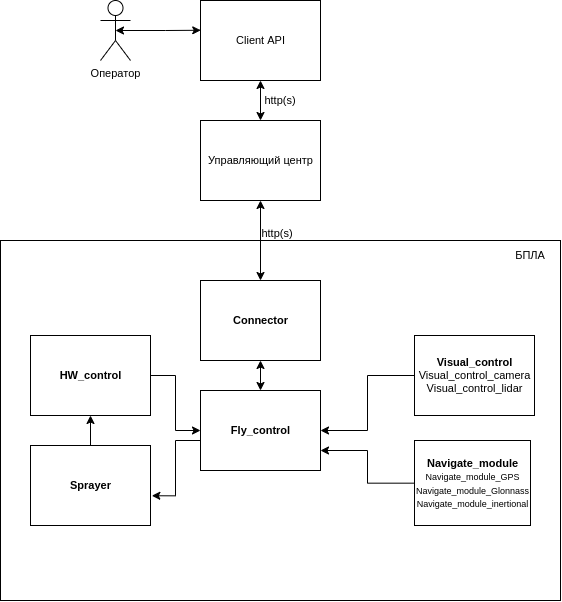
This is images/subsystem_arch.png from s3m3n1s/bpla_hackathone, a draw.io export, as it was before one commit. Source tidied: cells renumbered, new cells last; positions are measured from the earlier drawing's top-left corner, leaving out a move shared by most shapes. The source it was exported from:
```xml
<mxGraphModel>
  <root>
    <mxCell id="0" />
    <mxCell id="1" parent="0" />
    <mxCell id="2" style="edgeStyle=orthogonalEdgeStyle;rounded=0;jettySize=auto;html=1;exitX=0.5;exitY=0.5;exitDx=0;exitDy=0;exitPerimeter=0;entryX=0.002;entryY=0.372;entryDx=0;entryDy=0;entryPerimeter=0;fontFamily=Helvetica;fontSize=11;fontColor=default;startArrow=classic;startFill=1;endArrow=classic;endFill=1;" parent="1" edge="1" source="3" target="5">
      <mxGeometry relative="1" as="geometry" />
    </mxCell>
    <mxCell id="3" value="Оператор" style="shape=umlActor;verticalLabelPosition=bottom;verticalAlign=top;html=1;outlineConnect=0;strokeColor=default;fontFamily=Helvetica;fontSize=11;fontColor=default;fillColor=default;" parent="1" vertex="1">
      <mxGeometry x="100" width="30" height="60" as="geometry" />
    </mxCell>
    <mxCell id="4" style="edgeStyle=orthogonalEdgeStyle;rounded=0;jettySize=auto;html=1;entryX=0.5;entryY=0;entryDx=0;entryDy=0;fontFamily=Helvetica;fontSize=11;fontColor=default;startArrow=classic;startFill=1;endArrow=classic;endFill=1;" parent="1" edge="1" source="5" target="6">
      <mxGeometry relative="1" as="geometry" />
    </mxCell>
    <mxCell id="5" value="Client API" style="html=1;dashed=0;whitespace=wrap;strokeColor=default;fontFamily=Helvetica;fontSize=11;fontColor=default;fillColor=default;" parent="1" vertex="1">
      <mxGeometry x="200" width="120" height="80" as="geometry" />
    </mxCell>
    <mxCell id="6" value="Управляющий центр" style="html=1;dashed=0;whitespace=wrap;strokeColor=default;fontFamily=Helvetica;fontSize=11;fontColor=default;fillColor=default;" parent="1" vertex="1">
      <mxGeometry x="200" y="120" width="120" height="80" as="geometry" />
    </mxCell>
    <mxCell id="7" style="html=1;dashed=0;whitespace=wrap;strokeColor=default;fontFamily=Helvetica;fontSize=11;fontColor=default;fillColor=default;" parent="1" vertex="1">
      <mxGeometry y="240" width="560" height="360" as="geometry" />
    </mxCell>
    <mxCell id="8" value="БПЛА" style="text;html=1;strokeColor=none;fillColor=none;align=center;verticalAlign=middle;whiteSpace=wrap;rounded=0;fontFamily=Helvetica;fontSize=11;fontColor=default;" parent="1" vertex="1">
      <mxGeometry x="500" y="240" width="60" height="30" as="geometry" />
    </mxCell>
    <mxCell id="9" style="edgeStyle=orthogonalEdgeStyle;rounded=0;jettySize=auto;html=1;entryX=0.5;entryY=0;entryDx=0;entryDy=0;fontFamily=Helvetica;fontSize=11;fontColor=default;startArrow=classic;startFill=1;endArrow=classic;endFill=1;" parent="1" edge="1" source="10" target="14">
      <mxGeometry relative="1" as="geometry" />
    </mxCell>
    <mxCell id="10" value="&lt;b&gt;Connector&lt;/b&gt;" style="html=1;dashed=0;whitespace=wrap;strokeColor=default;fontFamily=Helvetica;fontSize=11;fontColor=default;fillColor=default;" parent="1" vertex="1">
      <mxGeometry x="200" y="280" width="120" height="80" as="geometry" />
    </mxCell>
    <mxCell id="11" style="edgeStyle=orthogonalEdgeStyle;rounded=0;jettySize=auto;html=1;fontFamily=Helvetica;fontSize=11;fontColor=default;startArrow=classic;startFill=1;endArrow=classic;endFill=1;" parent="1" edge="1" source="6" target="10">
      <mxGeometry relative="1" as="geometry" />
    </mxCell>
    <mxCell id="12" value="http(s)" style="text;html=1;strokeColor=none;fillColor=none;align=center;verticalAlign=middle;whiteSpace=wrap;rounded=0;fontFamily=Helvetica;fontSize=11;fontColor=default;rotation=0;" parent="1" vertex="1">
      <mxGeometry x="242" y="213" width="70" height="40" as="geometry" />
    </mxCell>
    <mxCell id="13" style="edgeStyle=orthogonalEdgeStyle;rounded=0;jettySize=auto;html=1;entryX=1.011;entryY=0.628;entryDx=0;entryDy=0;fontFamily=Helvetica;fontSize=11;fontColor=default;startArrow=none;startFill=0;endArrow=classic;endFill=1;entryPerimeter=0;" parent="1" edge="1" source="14" target="22">
      <mxGeometry relative="1" as="geometry">
        <Array as="points">
          <mxPoint x="175" y="440" />
        </Array>
      </mxGeometry>
    </mxCell>
    <mxCell id="14" value="&lt;b&gt;Fly_control&lt;/b&gt;" style="html=1;dashed=0;whitespace=wrap;strokeColor=default;fontFamily=Helvetica;fontSize=11;fontColor=default;fillColor=default;" parent="1" vertex="1">
      <mxGeometry x="200" y="390" width="120" height="80" as="geometry" />
    </mxCell>
    <mxCell id="15" style="edgeStyle=orthogonalEdgeStyle;rounded=0;jettySize=auto;html=1;fontFamily=Helvetica;fontSize=11;fontColor=default;startArrow=none;startFill=0;endArrow=classic;endFill=1;" parent="1" edge="1" source="16" target="14">
      <mxGeometry relative="1" as="geometry" />
    </mxCell>
    <mxCell id="16" value="&lt;b&gt;Visual_control&lt;/b&gt;&lt;br&gt;Visual_control_camera&lt;br&gt;Visual_control_lidar&lt;br&gt;&lt;span style=&quot;&quot;&gt;&#9;&lt;/span&gt;" style="html=1;dashed=0;whitespace=wrap;strokeColor=default;fontFamily=Helvetica;fontSize=11;fontColor=default;fillColor=default;" parent="1" vertex="1">
      <mxGeometry x="414" y="335" width="120" height="80" as="geometry" />
    </mxCell>
    <mxCell id="17" style="edgeStyle=orthogonalEdgeStyle;rounded=0;jettySize=auto;html=1;entryX=1;entryY=0.75;entryDx=0;entryDy=0;fontFamily=Helvetica;fontSize=11;fontColor=default;startArrow=none;startFill=0;endArrow=classic;endFill=1;" parent="1" edge="1" source="18" target="14">
      <mxGeometry relative="1" as="geometry" />
    </mxCell>
    <mxCell id="18" value="&lt;b&gt;Navigate_module&lt;/b&gt;&lt;br&gt;&lt;font style=&quot;font-size: 9px;&quot;&gt;Navigate_module_GPS&lt;br&gt;&lt;span style=&quot;&quot;&gt;&#9;&lt;/span&gt;Navigate_module_Glonnass&lt;br&gt;Navigate_module_inertional&lt;/font&gt;" style="html=1;dashed=0;whitespace=wrap;strokeColor=default;fontFamily=Helvetica;fontSize=11;fontColor=default;fillColor=default;" parent="1" vertex="1">
      <mxGeometry x="414" y="440" width="116" height="85" as="geometry" />
    </mxCell>
    <mxCell id="19" style="edgeStyle=orthogonalEdgeStyle;rounded=0;jettySize=auto;html=1;entryX=0;entryY=0.5;entryDx=0;entryDy=0;fontFamily=Helvetica;fontSize=11;fontColor=default;startArrow=none;startFill=0;endArrow=classic;endFill=1;" parent="1" edge="1" source="20" target="14">
      <mxGeometry relative="1" as="geometry" />
    </mxCell>
    <mxCell id="20" value="&lt;b&gt;HW_control&lt;/b&gt;&lt;br&gt;&lt;span style=&quot;&quot;&gt;&#9;&lt;/span&gt;" style="html=1;dashed=0;whitespace=wrap;strokeColor=default;fontFamily=Helvetica;fontSize=11;fontColor=default;fillColor=default;" parent="1" vertex="1">
      <mxGeometry x="30" y="335" width="120" height="80" as="geometry" />
    </mxCell>
    <mxCell id="21" style="edgeStyle=orthogonalEdgeStyle;rounded=0;jettySize=auto;html=1;entryX=0.5;entryY=1;entryDx=0;entryDy=0;fontFamily=Helvetica;fontSize=11;fontColor=default;startArrow=none;startFill=0;endArrow=classic;endFill=1;" parent="1" edge="1" source="22" target="20">
      <mxGeometry relative="1" as="geometry" />
    </mxCell>
    <mxCell id="22" value="&lt;b&gt;Sprayer&lt;/b&gt;" style="html=1;dashed=0;whitespace=wrap;strokeColor=default;fontFamily=Helvetica;fontSize=11;fontColor=default;fillColor=default;" parent="1" vertex="1">
      <mxGeometry x="30" y="445" width="120" height="80" as="geometry" />
    </mxCell>
    <mxCell id="23" value="http(s)" style="text;html=1;strokeColor=none;fillColor=none;align=center;verticalAlign=middle;whiteSpace=wrap;rounded=0;fontFamily=Helvetica;fontSize=11;fontColor=default;rotation=0;" parent="1" vertex="1">
      <mxGeometry x="245" y="80" width="70" height="40" as="geometry" />
    </mxCell>
  </root>
</mxGraphModel>
```
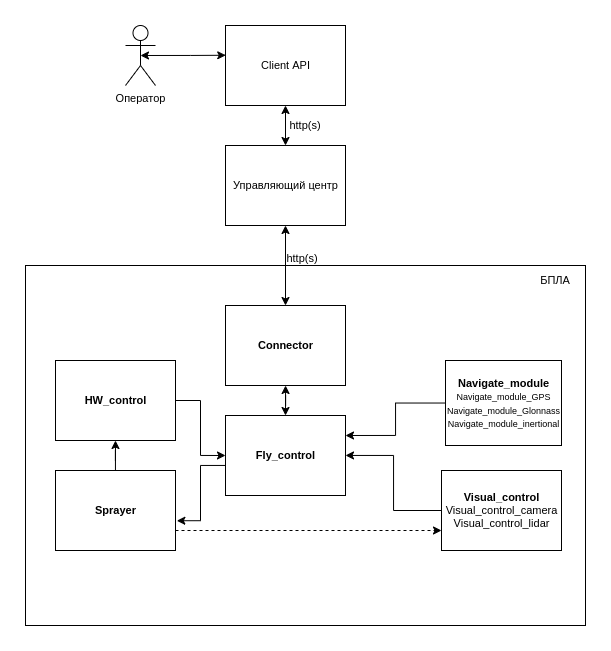
Later version of the same file.

What changed in the source:
```diff
@@ -35,7 +35,7 @@
     <mxCell id="12" value="http(s)" style="text;html=1;strokeColor=none;fillColor=none;align=center;verticalAlign=middle;whiteSpace=wrap;rounded=0;fontFamily=Helvetica;fontSize=11;fontColor=default;rotation=0;" parent="1" vertex="1">
       <mxGeometry x="242" y="213" width="70" height="40" as="geometry" />
     </mxCell>
-    <mxCell id="13" style="edgeStyle=orthogonalEdgeStyle;rounded=0;jettySize=auto;html=1;entryX=1.011;entryY=0.628;entryDx=0;entryDy=0;fontFamily=Helvetica;fontSize=11;fontColor=default;startArrow=none;startFill=0;endArrow=classic;endFill=1;entryPerimeter=0;" parent="1" edge="1" source="14" target="22">
+    <mxCell id="13" style="edgeStyle=orthogonalEdgeStyle;rounded=0;jettySize=auto;html=1;entryX=1.011;entryY=0.628;entryDx=0;entryDy=0;fontFamily=Helvetica;fontSize=11;fontColor=default;startArrow=none;startFill=0;endArrow=classic;endFill=1;entryPerimeter=0;" parent="1" edge="1" source="14" target="23">
       <mxGeometry relative="1" as="geometry">
         <Array as="points">
           <mxPoint x="175" y="440" />
@@ -49,13 +49,13 @@
       <mxGeometry relative="1" as="geometry" />
     </mxCell>
     <mxCell id="16" value="&lt;b&gt;Visual_control&lt;/b&gt;&lt;br&gt;Visual_control_camera&lt;br&gt;Visual_control_lidar&lt;br&gt;&lt;span style=&quot;&quot;&gt;&#9;&lt;/span&gt;" style="html=1;dashed=0;whitespace=wrap;strokeColor=default;fontFamily=Helvetica;fontSize=11;fontColor=default;fillColor=default;" parent="1" vertex="1">
-      <mxGeometry x="414" y="335" width="120" height="80" as="geometry" />
+      <mxGeometry x="416" y="445" width="120" height="80" as="geometry" />
     </mxCell>
-    <mxCell id="17" style="edgeStyle=orthogonalEdgeStyle;rounded=0;jettySize=auto;html=1;entryX=1;entryY=0.75;entryDx=0;entryDy=0;fontFamily=Helvetica;fontSize=11;fontColor=default;startArrow=none;startFill=0;endArrow=classic;endFill=1;" parent="1" edge="1" source="18" target="14">
+    <mxCell id="17" style="edgeStyle=orthogonalEdgeStyle;rounded=0;jettySize=auto;html=1;fontFamily=Helvetica;fontSize=11;fontColor=default;startArrow=none;startFill=0;endArrow=classic;endFill=1;entryX=1;entryY=0.25;entryDx=0;entryDy=0;" parent="1" edge="1" source="18" target="14">
       <mxGeometry relative="1" as="geometry" />
     </mxCell>
     <mxCell id="18" value="&lt;b&gt;Navigate_module&lt;/b&gt;&lt;br&gt;&lt;font style=&quot;font-size: 9px;&quot;&gt;Navigate_module_GPS&lt;br&gt;&lt;span style=&quot;&quot;&gt;&#9;&lt;/span&gt;Navigate_module_Glonnass&lt;br&gt;Navigate_module_inertional&lt;/font&gt;" style="html=1;dashed=0;whitespace=wrap;strokeColor=default;fontFamily=Helvetica;fontSize=11;fontColor=default;fillColor=default;" parent="1" vertex="1">
-      <mxGeometry x="414" y="440" width="116" height="85" as="geometry" />
+      <mxGeometry x="420" y="335" width="116" height="85" as="geometry" />
     </mxCell>
     <mxCell id="19" style="edgeStyle=orthogonalEdgeStyle;rounded=0;jettySize=auto;html=1;entryX=0;entryY=0.5;entryDx=0;entryDy=0;fontFamily=Helvetica;fontSize=11;fontColor=default;startArrow=none;startFill=0;endArrow=classic;endFill=1;" parent="1" edge="1" source="20" target="14">
       <mxGeometry relative="1" as="geometry" />
@@ -63,14 +63,22 @@
     <mxCell id="20" value="&lt;b&gt;HW_control&lt;/b&gt;&lt;br&gt;&lt;span style=&quot;&quot;&gt;&#9;&lt;/span&gt;" style="html=1;dashed=0;whitespace=wrap;strokeColor=default;fontFamily=Helvetica;fontSize=11;fontColor=default;fillColor=default;" parent="1" vertex="1">
       <mxGeometry x="30" y="335" width="120" height="80" as="geometry" />
     </mxCell>
-    <mxCell id="21" style="edgeStyle=orthogonalEdgeStyle;rounded=0;jettySize=auto;html=1;entryX=0.5;entryY=1;entryDx=0;entryDy=0;fontFamily=Helvetica;fontSize=11;fontColor=default;startArrow=none;startFill=0;endArrow=classic;endFill=1;" parent="1" edge="1" source="22" target="20">
+    <mxCell id="21" style="edgeStyle=orthogonalEdgeStyle;rounded=0;jettySize=auto;html=1;entryX=0.5;entryY=1;entryDx=0;entryDy=0;fontFamily=Helvetica;fontSize=11;fontColor=default;startArrow=none;startFill=0;endArrow=classic;endFill=1;" parent="1" edge="1" source="23" target="20">
       <mxGeometry relative="1" as="geometry" />
     </mxCell>
-    <mxCell id="22" value="&lt;b&gt;Sprayer&lt;/b&gt;" style="html=1;dashed=0;whitespace=wrap;strokeColor=default;fontFamily=Helvetica;fontSize=11;fontColor=default;fillColor=default;" parent="1" vertex="1">
-      <mxGeometry x="30" y="445" width="120" height="80" as="geometry" />
+    <mxCell id="22" style="edgeStyle=orthogonalEdgeStyle;rounded=0;jettySize=auto;html=1;entryX=0;entryY=0.75;entryDx=0;entryDy=0;dashed=1;" parent="1" edge="1" source="23" target="16">
+      <mxGeometry relative="1" as="geometry">
+        <Array as="points">
+          <mxPoint x="250" y="505" />
+          <mxPoint x="250" y="505" />
+        </Array>
+      </mxGeometry>
     </mxCell>
-    <mxCell id="23" value="http(s)" style="text;html=1;strokeColor=none;fillColor=none;align=center;verticalAlign=middle;whiteSpace=wrap;rounded=0;fontFamily=Helvetica;fontSize=11;fontColor=default;rotation=0;" parent="1" vertex="1">
-      <mxGeometry x="245" y="80" width="70" height="40" as="geometry" />
+    <mxCell id="23" value="&lt;b&gt;Sprayer&lt;/b&gt;" style="html=1;dashed=0;whitespace=wrap;strokeColor=default;fontFamily=Helvetica;fontSize=11;fontColor=default;fillColor=default;" parent="1" vertex="1">
+      <mxGeometry x="30" y="445" width="120" height="80" as="geometry" />
     </mxCell>
+    <mxCell id="24" value="http(s)" style="text;html=1;strokeColor=none;fillColor=none;align=center;verticalAlign=middle;whiteSpace=wrap;rounded=0;fontFamily=Helvetica;fontSize=11;fontColor=default;rotation=0;" parent="1" vertex="1">
+      <mxGeometry x="245" y="80" width="70" height="40" as="geometry" />
+    </mxCell>
   </root>
 </mxGraphModel>
```
